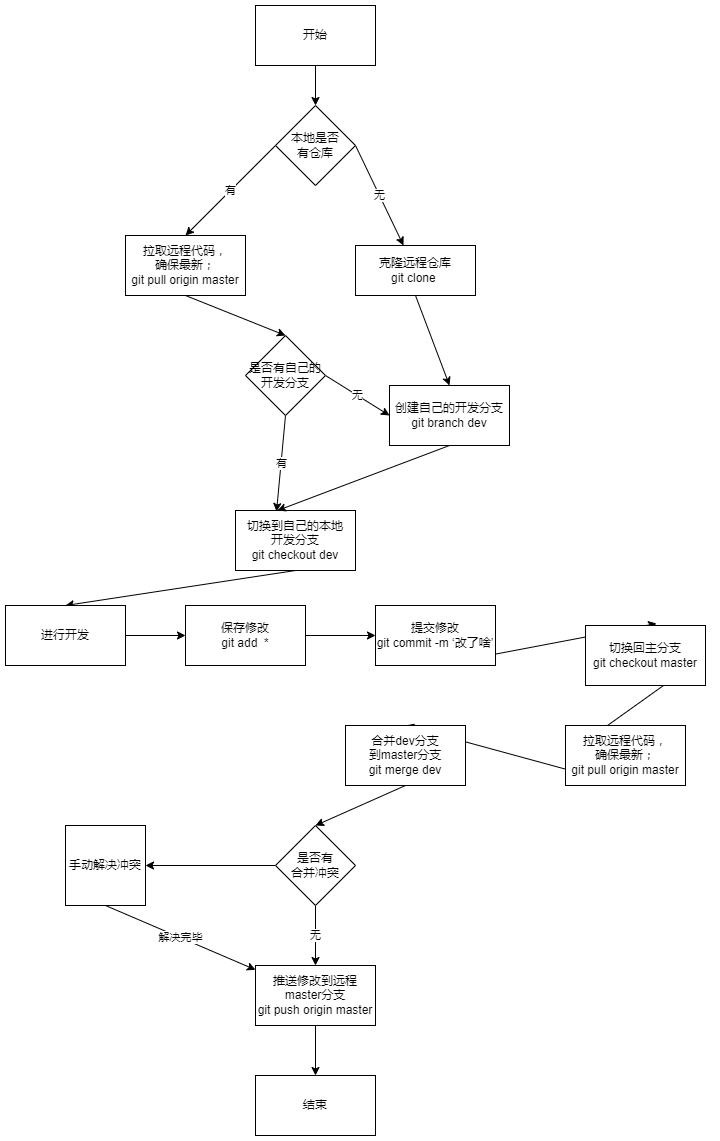
This is git_step.png from 0x7A7A6572/primary-care-client, a draw.io export, as it was before one commit. Source tidied: cells renumbered, new cells last; positions are measured from the earlier drawing's top-left corner, leaving out a move shared by most shapes. Its diagram source:
```xml
<mxGraphModel>
  <root>
    <mxCell id="0" />
    <mxCell id="1" parent="0" />
    <mxCell id="2" style="edgeStyle=none;html=1;exitX=0.5;exitY=1;exitDx=0;exitDy=0;entryX=0.5;entryY=0;entryDx=0;entryDy=0;" parent="1" edge="1" source="3" target="6">
      <mxGeometry relative="1" as="geometry" />
    </mxCell>
    <mxCell id="3" value="开始" style="rounded=0;whiteSpace=wrap;html=1;" parent="1" vertex="1">
      <mxGeometry x="250" width="120" height="60" as="geometry" />
    </mxCell>
    <mxCell id="4" value="有" style="edgeStyle=none;html=1;exitX=0;exitY=0.5;exitDx=0;exitDy=0;entryX=0.5;entryY=0;entryDx=0;entryDy=0;" parent="1" edge="1" source="6" target="8">
      <mxGeometry relative="1" as="geometry" />
    </mxCell>
    <mxCell id="5" value="无" style="edgeStyle=none;html=1;exitX=1;exitY=0.5;exitDx=0;exitDy=0;" parent="1" edge="1" source="6" target="10">
      <mxGeometry relative="1" as="geometry" />
    </mxCell>
    <mxCell id="6" value="本地是否&lt;br&gt;有仓库" style="rhombus;whiteSpace=wrap;html=1;" parent="1" vertex="1">
      <mxGeometry x="270" y="100" width="80" height="80" as="geometry" />
    </mxCell>
    <mxCell id="7" style="edgeStyle=none;html=1;exitX=0.5;exitY=1;exitDx=0;exitDy=0;entryX=0.5;entryY=0;entryDx=0;entryDy=0;" parent="1" edge="1" source="8" target="17">
      <mxGeometry relative="1" as="geometry" />
    </mxCell>
    <mxCell id="8" value="拉取远程代码，&lt;br&gt;确保最新；&lt;br&gt;git pull origin master" style="rounded=0;whiteSpace=wrap;html=1;" parent="1" vertex="1">
      <mxGeometry x="120" y="230" width="120" height="60" as="geometry" />
    </mxCell>
    <mxCell id="9" style="edgeStyle=none;html=1;exitX=0.5;exitY=1;exitDx=0;exitDy=0;entryX=0.5;entryY=0;entryDx=0;entryDy=0;" parent="1" edge="1" source="10" target="14">
      <mxGeometry relative="1" as="geometry" />
    </mxCell>
    <mxCell id="10" value="克隆远程仓库&lt;br&gt;git clone&amp;nbsp;" style="rounded=0;whiteSpace=wrap;html=1;" parent="1" vertex="1">
      <mxGeometry x="350" y="240" width="120" height="50" as="geometry" />
    </mxCell>
    <mxCell id="11" style="edgeStyle=none;html=1;exitX=0.5;exitY=1;exitDx=0;exitDy=0;entryX=0.5;entryY=0;entryDx=0;entryDy=0;" parent="1" edge="1" source="12" target="19">
      <mxGeometry relative="1" as="geometry" />
    </mxCell>
    <mxCell id="12" value="切换到自己的本地&lt;br&gt;开发分支&lt;br&gt;git checkout dev" style="rounded=0;whiteSpace=wrap;html=1;" parent="1" vertex="1">
      <mxGeometry x="230" y="505" width="120" height="60" as="geometry" />
    </mxCell>
    <mxCell id="13" style="edgeStyle=none;html=1;exitX=0.5;exitY=1;exitDx=0;exitDy=0;entryX=0.35;entryY=0;entryDx=0;entryDy=0;entryPerimeter=0;" parent="1" edge="1" source="14" target="12">
      <mxGeometry relative="1" as="geometry" />
    </mxCell>
    <mxCell id="14" value="创建自己的开发分支&lt;br&gt;git branch dev" style="rounded=0;whiteSpace=wrap;html=1;" parent="1" vertex="1">
      <mxGeometry x="384" y="380" width="120" height="60" as="geometry" />
    </mxCell>
    <mxCell id="15" value="无" style="edgeStyle=none;html=1;exitX=1;exitY=0.5;exitDx=0;exitDy=0;entryX=0;entryY=0.5;entryDx=0;entryDy=0;" parent="1" edge="1" source="17" target="14">
      <mxGeometry relative="1" as="geometry" />
    </mxCell>
    <mxCell id="16" value="有" style="edgeStyle=none;html=1;exitX=0.5;exitY=1;exitDx=0;exitDy=0;entryX=0.342;entryY=0.017;entryDx=0;entryDy=0;entryPerimeter=0;" parent="1" edge="1" source="17" target="12">
      <mxGeometry relative="1" as="geometry" />
    </mxCell>
    <mxCell id="17" value="是否有自己的&lt;br&gt;开发分支" style="rhombus;whiteSpace=wrap;html=1;" parent="1" vertex="1">
      <mxGeometry x="240" y="330" width="80" height="80" as="geometry" />
    </mxCell>
    <mxCell id="18" style="edgeStyle=none;html=1;exitX=1;exitY=0.5;exitDx=0;exitDy=0;" parent="1" edge="1" source="19" target="21">
      <mxGeometry relative="1" as="geometry" />
    </mxCell>
    <mxCell id="19" value="进行开发" style="rounded=0;whiteSpace=wrap;html=1;" parent="1" vertex="1">
      <mxGeometry y="600" width="120" height="60" as="geometry" />
    </mxCell>
    <mxCell id="20" style="edgeStyle=none;html=1;exitX=1;exitY=0.5;exitDx=0;exitDy=0;entryX=0;entryY=0.5;entryDx=0;entryDy=0;" parent="1" edge="1" source="21" target="23">
      <mxGeometry relative="1" as="geometry" />
    </mxCell>
    <mxCell id="21" value="保存修改&lt;br&gt;git add&amp;nbsp; *" style="rounded=0;whiteSpace=wrap;html=1;" parent="1" vertex="1">
      <mxGeometry x="180" y="600" width="120" height="60" as="geometry" />
    </mxCell>
    <mxCell id="22" style="edgeStyle=none;html=1;exitX=0.5;exitY=1;exitDx=0;exitDy=0;entryX=0.592;entryY=-0.033;entryDx=0;entryDy=0;entryPerimeter=0;" parent="1" edge="1" source="23" target="25">
      <mxGeometry relative="1" as="geometry" />
    </mxCell>
    <mxCell id="23" value="提交修改&lt;br&gt;git commit -m ‘改了啥’" style="rounded=0;whiteSpace=wrap;html=1;" parent="1" vertex="1">
      <mxGeometry x="370" y="600" width="120" height="60" as="geometry" />
    </mxCell>
    <mxCell id="24" style="edgeStyle=none;html=1;exitX=1;exitY=0.5;exitDx=0;exitDy=0;entryX=0;entryY=0.5;entryDx=0;entryDy=0;" parent="1" edge="1" source="25" target="27">
      <mxGeometry relative="1" as="geometry" />
    </mxCell>
    <mxCell id="25" value="切换回主分支&lt;br&gt;git checkout master" style="rounded=0;whiteSpace=wrap;html=1;" parent="1" vertex="1">
      <mxGeometry x="580" y="620" width="120" height="60" as="geometry" />
    </mxCell>
    <mxCell id="26" style="edgeStyle=none;html=1;exitX=0.5;exitY=1;exitDx=0;exitDy=0;entryX=0.5;entryY=0;entryDx=0;entryDy=0;" parent="1" edge="1" source="27" target="29">
      <mxGeometry relative="1" as="geometry" />
    </mxCell>
    <mxCell id="27" value="拉取远程代码，&lt;br&gt;确保最新；&lt;br&gt;git pull origin master" style="rounded=0;whiteSpace=wrap;html=1;" parent="1" vertex="1">
      <mxGeometry x="560" y="720" width="120" height="60" as="geometry" />
    </mxCell>
    <mxCell id="28" style="edgeStyle=none;html=1;exitX=0.5;exitY=1;exitDx=0;exitDy=0;entryX=0.5;entryY=0;entryDx=0;entryDy=0;" parent="1" edge="1" source="29" target="32">
      <mxGeometry relative="1" as="geometry" />
    </mxCell>
    <mxCell id="29" value="合并dev分支&lt;br&gt;到master分支&lt;br&gt;git merge dev" style="rounded=0;whiteSpace=wrap;html=1;" parent="1" vertex="1">
      <mxGeometry x="340" y="720" width="120" height="60" as="geometry" />
    </mxCell>
    <mxCell id="30" value="无" style="edgeStyle=none;html=1;exitX=0.5;exitY=1;exitDx=0;exitDy=0;entryX=0.5;entryY=0;entryDx=0;entryDy=0;" parent="1" edge="1" source="32" target="34">
      <mxGeometry relative="1" as="geometry" />
    </mxCell>
    <mxCell id="31" style="edgeStyle=none;html=1;exitX=0;exitY=0.5;exitDx=0;exitDy=0;entryX=1;entryY=0.5;entryDx=0;entryDy=0;" parent="1" edge="1" source="32" target="37">
      <mxGeometry relative="1" as="geometry" />
    </mxCell>
    <mxCell id="32" value="是否有&lt;br&gt;合并冲突" style="rhombus;whiteSpace=wrap;html=1;" parent="1" vertex="1">
      <mxGeometry x="270" y="820" width="80" height="80" as="geometry" />
    </mxCell>
    <mxCell id="33" style="edgeStyle=none;html=1;exitX=0.5;exitY=1;exitDx=0;exitDy=0;" parent="1" edge="1" source="34" target="35">
      <mxGeometry relative="1" as="geometry" />
    </mxCell>
    <mxCell id="34" value="推送修改到远程master分支&lt;br&gt;git push origin master" style="rounded=0;whiteSpace=wrap;html=1;" parent="1" vertex="1">
      <mxGeometry x="250" y="960" width="120" height="60" as="geometry" />
    </mxCell>
    <mxCell id="35" value="结束" style="rounded=0;whiteSpace=wrap;html=1;" parent="1" vertex="1">
      <mxGeometry x="250" y="1070" width="120" height="60" as="geometry" />
    </mxCell>
    <mxCell id="36" value="解决完毕" style="edgeStyle=none;html=1;exitX=0.5;exitY=1;exitDx=0;exitDy=0;" parent="1" edge="1" source="37" target="34">
      <mxGeometry relative="1" as="geometry" />
    </mxCell>
    <mxCell id="37" value="手动解决冲突" style="whiteSpace=wrap;html=1;" parent="1" vertex="1">
      <mxGeometry x="60" y="820" width="80" height="80" as="geometry" />
    </mxCell>
  </root>
</mxGraphModel>
```
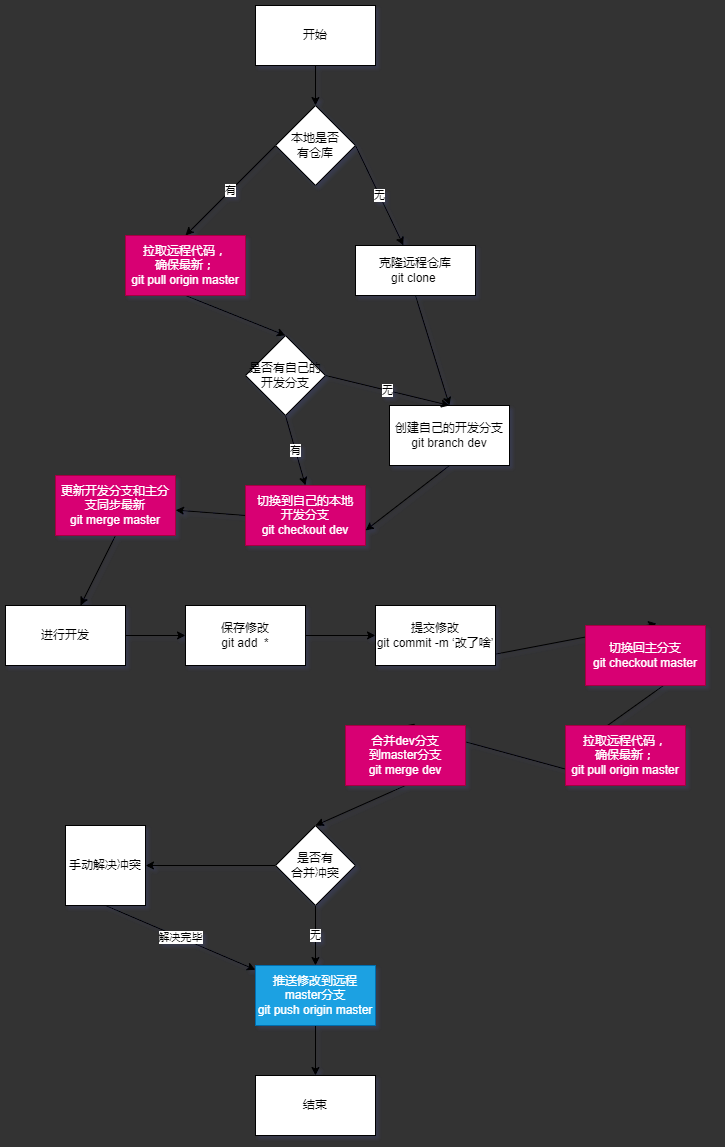
Later version of the same file.

What changed in the source:
```diff
@@ -1,4 +1,4 @@
-<mxGraphModel>
+<mxGraphModel background="#333333" shadow="1">
   <root>
     <mxCell id="0" />
     <mxCell id="1" parent="0" />
@@ -20,7 +20,7 @@
     <mxCell id="7" style="edgeStyle=none;html=1;exitX=0.5;exitY=1;exitDx=0;exitDy=0;entryX=0.5;entryY=0;entryDx=0;entryDy=0;" parent="1" edge="1" source="8" target="17">
       <mxGeometry relative="1" as="geometry" />
     </mxCell>
-    <mxCell id="8" value="拉取远程代码，&lt;br&gt;确保最新；&lt;br&gt;git pull origin master" style="rounded=0;whiteSpace=wrap;html=1;" parent="1" vertex="1">
+    <mxCell id="8" value="拉取远程代码，&lt;br&gt;确保最新；&lt;br&gt;git pull origin master" style="rounded=0;whiteSpace=wrap;html=1;fillColor=#d80073;fontColor=#ffffff;strokeColor=#A50040;" parent="1" vertex="1">
       <mxGeometry x="120" y="230" width="120" height="60" as="geometry" />
     </mxCell>
     <mxCell id="9" style="edgeStyle=none;html=1;exitX=0.5;exitY=1;exitDx=0;exitDy=0;entryX=0.5;entryY=0;entryDx=0;entryDy=0;" parent="1" edge="1" source="10" target="14">
@@ -29,22 +29,22 @@
     <mxCell id="10" value="克隆远程仓库&lt;br&gt;git clone&amp;nbsp;" style="rounded=0;whiteSpace=wrap;html=1;" parent="1" vertex="1">
       <mxGeometry x="350" y="240" width="120" height="50" as="geometry" />
     </mxCell>
-    <mxCell id="11" style="edgeStyle=none;html=1;exitX=0.5;exitY=1;exitDx=0;exitDy=0;entryX=0.5;entryY=0;entryDx=0;entryDy=0;" parent="1" edge="1" source="12" target="19">
-      <mxGeometry relative="1" as="geometry" />
-    </mxCell>
+    <mxCell id="38" style="edgeStyle=none;html=1;exitX=0;exitY=0.5;exitDx=0;exitDy=0;" parent="1" edge="1" source="12" target="40">
+      <mxGeometry relative="1" as="geometry" />
+    </mxCell>
-    <mxCell id="12" value="切换到自己的本地&lt;br&gt;开发分支&lt;br&gt;git checkout dev" style="rounded=0;whiteSpace=wrap;html=1;" parent="1" vertex="1">
-      <mxGeometry x="230" y="505" width="120" height="60" as="geometry" />
+    <mxCell id="12" value="切换到自己的本地&lt;br&gt;开发分支&lt;br&gt;git checkout dev" style="rounded=0;whiteSpace=wrap;html=1;fillColor=#d80073;fontColor=#ffffff;strokeColor=#A50040;" parent="1" vertex="1">
+      <mxGeometry x="240" y="480" width="120" height="60" as="geometry" />
     </mxCell>
-    <mxCell id="13" style="edgeStyle=none;html=1;exitX=0.5;exitY=1;exitDx=0;exitDy=0;entryX=0.35;entryY=0;entryDx=0;entryDy=0;entryPerimeter=0;" parent="1" edge="1" source="14" target="12">
+    <mxCell id="13" style="edgeStyle=none;html=1;exitX=0.5;exitY=1;exitDx=0;exitDy=0;entryX=1;entryY=0.75;entryDx=0;entryDy=0;" parent="1" edge="1" source="14" target="12">
       <mxGeometry relative="1" as="geometry" />
     </mxCell>
     <mxCell id="14" value="创建自己的开发分支&lt;br&gt;git branch dev" style="rounded=0;whiteSpace=wrap;html=1;" parent="1" vertex="1">
-      <mxGeometry x="384" y="380" width="120" height="60" as="geometry" />
+      <mxGeometry x="384" y="400" width="120" height="60" as="geometry" />
     </mxCell>
-    <mxCell id="15" value="无" style="edgeStyle=none;html=1;exitX=1;exitY=0.5;exitDx=0;exitDy=0;entryX=0;entryY=0.5;entryDx=0;entryDy=0;" parent="1" edge="1" source="17" target="14">
+    <mxCell id="15" value="无" style="edgeStyle=none;html=1;exitX=1;exitY=0.5;exitDx=0;exitDy=0;entryX=0.5;entryY=0;entryDx=0;entryDy=0;" parent="1" edge="1" source="17" target="14">
       <mxGeometry relative="1" as="geometry" />
     </mxCell>
-    <mxCell id="16" value="有" style="edgeStyle=none;html=1;exitX=0.5;exitY=1;exitDx=0;exitDy=0;entryX=0.342;entryY=0.017;entryDx=0;entryDy=0;entryPerimeter=0;" parent="1" edge="1" source="17" target="12">
+    <mxCell id="16" value="有" style="edgeStyle=none;html=1;exitX=0.5;exitY=1;exitDx=0;exitDy=0;entryX=0.5;entryY=0;entryDx=0;entryDy=0;" parent="1" edge="1" source="17" target="12">
       <mxGeometry relative="1" as="geometry" />
     </mxCell>
     <mxCell id="17" value="是否有自己的&lt;br&gt;开发分支" style="rhombus;whiteSpace=wrap;html=1;" parent="1" vertex="1">
@@ -71,19 +71,19 @@
     <mxCell id="24" style="edgeStyle=none;html=1;exitX=1;exitY=0.5;exitDx=0;exitDy=0;entryX=0;entryY=0.5;entryDx=0;entryDy=0;" parent="1" edge="1" source="25" target="27">
       <mxGeometry relative="1" as="geometry" />
     </mxCell>
-    <mxCell id="25" value="切换回主分支&lt;br&gt;git checkout master" style="rounded=0;whiteSpace=wrap;html=1;" parent="1" vertex="1">
+    <mxCell id="25" value="切换回主分支&lt;br&gt;git checkout master" style="rounded=0;whiteSpace=wrap;html=1;fillColor=#d80073;fontColor=#ffffff;strokeColor=#A50040;" parent="1" vertex="1">
       <mxGeometry x="580" y="620" width="120" height="60" as="geometry" />
     </mxCell>
     <mxCell id="26" style="edgeStyle=none;html=1;exitX=0.5;exitY=1;exitDx=0;exitDy=0;entryX=0.5;entryY=0;entryDx=0;entryDy=0;" parent="1" edge="1" source="27" target="29">
       <mxGeometry relative="1" as="geometry" />
     </mxCell>
-    <mxCell id="27" value="拉取远程代码，&lt;br&gt;确保最新；&lt;br&gt;git pull origin master" style="rounded=0;whiteSpace=wrap;html=1;" parent="1" vertex="1">
+    <mxCell id="27" value="拉取远程代码，&lt;br&gt;确保最新；&lt;br&gt;git pull origin master" style="rounded=0;whiteSpace=wrap;html=1;fillColor=#d80073;fontColor=#ffffff;strokeColor=#A50040;" parent="1" vertex="1">
       <mxGeometry x="560" y="720" width="120" height="60" as="geometry" />
     </mxCell>
     <mxCell id="28" style="edgeStyle=none;html=1;exitX=0.5;exitY=1;exitDx=0;exitDy=0;entryX=0.5;entryY=0;entryDx=0;entryDy=0;" parent="1" edge="1" source="29" target="32">
       <mxGeometry relative="1" as="geometry" />
     </mxCell>
-    <mxCell id="29" value="合并dev分支&lt;br&gt;到master分支&lt;br&gt;git merge dev" style="rounded=0;whiteSpace=wrap;html=1;" parent="1" vertex="1">
+    <mxCell id="29" value="合并dev分支&lt;br&gt;到master分支&lt;br&gt;git merge dev" style="rounded=0;whiteSpace=wrap;html=1;fillColor=#d80073;fontColor=#ffffff;strokeColor=#A50040;" parent="1" vertex="1">
       <mxGeometry x="340" y="720" width="120" height="60" as="geometry" />
     </mxCell>
     <mxCell id="30" value="无" style="edgeStyle=none;html=1;exitX=0.5;exitY=1;exitDx=0;exitDy=0;entryX=0.5;entryY=0;entryDx=0;entryDy=0;" parent="1" edge="1" source="32" target="34">
@@ -98,7 +98,7 @@
     <mxCell id="33" style="edgeStyle=none;html=1;exitX=0.5;exitY=1;exitDx=0;exitDy=0;" parent="1" edge="1" source="34" target="35">
       <mxGeometry relative="1" as="geometry" />
     </mxCell>
-    <mxCell id="34" value="推送修改到远程master分支&lt;br&gt;git push origin master" style="rounded=0;whiteSpace=wrap;html=1;" parent="1" vertex="1">
+    <mxCell id="34" value="推送修改到远程master分支&lt;br&gt;git push origin master" style="rounded=0;whiteSpace=wrap;html=1;fillColor=#1ba1e2;fontColor=#ffffff;strokeColor=#006EAF;" parent="1" vertex="1">
       <mxGeometry x="250" y="960" width="120" height="60" as="geometry" />
     </mxCell>
     <mxCell id="35" value="结束" style="rounded=0;whiteSpace=wrap;html=1;" parent="1" vertex="1">
@@ -110,5 +110,11 @@
     <mxCell id="37" value="手动解决冲突" style="whiteSpace=wrap;html=1;" parent="1" vertex="1">
       <mxGeometry x="60" y="820" width="80" height="80" as="geometry" />
     </mxCell>
+    <mxCell id="39" style="edgeStyle=none;html=1;exitX=0.5;exitY=1;exitDx=0;exitDy=0;" parent="1" edge="1" source="40" target="19">
+      <mxGeometry relative="1" as="geometry" />
+    </mxCell>
+    <mxCell id="40" value="更新开发分支和主分支同步最新&lt;br&gt;git merge master" style="rounded=0;whiteSpace=wrap;html=1;fillColor=#d80073;fontColor=#ffffff;strokeColor=#A50040;" parent="1" vertex="1">
+      <mxGeometry x="50" y="470" width="120" height="60" as="geometry" />
+    </mxCell>
   </root>
 </mxGraphModel>
```
